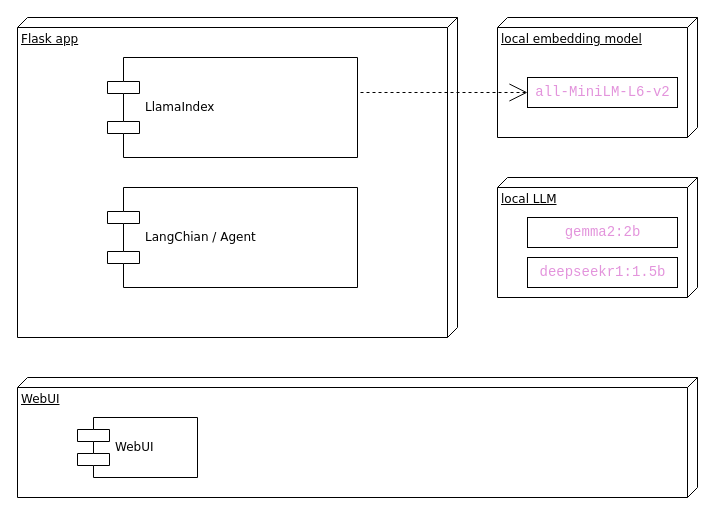
Above: 未命名绘图.drawio in TianZonglin/drawioo (draw.io), before the change. Source tidied: cells renumbered, new cells numbered last; positions are measured from the earlier drawing's top-left corner, leaving out a move shared by most shapes. Both pictures are drawn from the tidied source at 100%, with x=0, y=0 at pixel (17, 17).
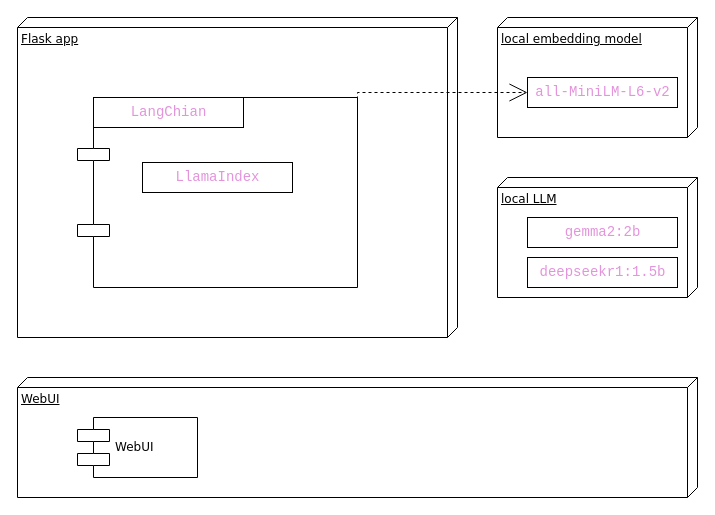
The same page after the edit.

Commit message (it also covers changes not shown here):
更新未命名绘图.drawio

Diff of the diagram source:
```diff
@@
 <mxGraphModel>
   <root>
     <mxCell id="0" />
     <mxCell id="1" parent="0" />
     <mxCell id="2" value="WebUI" style="verticalAlign=top;align=left;spacingTop=8;spacingLeft=2;spacingRight=12;shape=cube;size=10;direction=south;fontStyle=4;html=1;rounded=0;shadow=0;comic=0;labelBackgroundColor=none;strokeWidth=1;fontFamily=Verdana;fontSize=12;" parent="1" vertex="1">
       <mxGeometry y="360" width="680" height="120" as="geometry" />
     </mxCell>
     <mxCell id="3" value="Flask app" style="verticalAlign=top;align=left;spacingTop=8;spacingLeft=2;spacingRight=12;shape=cube;size=10;direction=south;fontStyle=4;html=1;rounded=0;shadow=0;comic=0;labelBackgroundColor=none;strokeWidth=1;fontFamily=Verdana;fontSize=12;" parent="1" vertex="1">
       <mxGeometry width="440" height="320" as="geometry" />
     </mxCell>
     <mxCell id="4" value="local LLM" style="verticalAlign=top;align=left;spacingTop=8;spacingLeft=2;spacingRight=12;shape=cube;size=10;direction=south;fontStyle=4;html=1;rounded=0;shadow=0;comic=0;labelBackgroundColor=none;strokeWidth=1;fontFamily=Verdana;fontSize=12;" parent="1" vertex="1">
       <mxGeometry x="480" y="160" width="200" height="120" as="geometry" />
     </mxCell>
-    <mxCell id="5" value="LlamaIndex" style="shape=component;align=left;spacingLeft=36;rounded=0;shadow=0;comic=0;labelBackgroundColor=none;strokeWidth=1;fontFamily=Verdana;fontSize=12;html=1;" parent="1" vertex="1">
-      <mxGeometry x="90" y="40" width="250" height="100" as="geometry" />
-    </mxCell>
     <mxCell id="6" value="WebUI" style="shape=component;align=left;spacingLeft=36;rounded=0;shadow=0;comic=0;labelBackgroundColor=none;strokeWidth=1;fontFamily=Verdana;fontSize=12;html=1;" parent="1" vertex="1">
       <mxGeometry x="60" y="400" width="120" height="60" as="geometry" />
     </mxCell>
     <mxCell id="7" value="local embedding model" style="verticalAlign=top;align=left;spacingTop=8;spacingLeft=2;spacingRight=12;shape=cube;size=10;direction=south;fontStyle=4;html=1;rounded=0;shadow=0;comic=0;labelBackgroundColor=none;strokeWidth=1;fontFamily=Verdana;fontSize=12;" parent="1" vertex="1">
       <mxGeometry x="480" width="200" height="120" as="geometry" />
     </mxCell>
     <mxCell id="8" value="&lt;div style=&quot;color: rgb(214, 214, 221); font-family: Consolas, &amp;quot;Courier New&amp;quot;, monospace; font-size: 14px; line-height: 19px; white-space-collapse: preserve;&quot;&gt;&lt;span style=&quot;color: rgb(227, 148, 220);&quot;&gt;all-MiniLM-L6-v2&lt;/span&gt;&lt;/div&gt;" style="html=1;rounded=0;shadow=0;comic=0;labelBackgroundColor=none;strokeWidth=1;fontFamily=Verdana;fontSize=12;align=center;" parent="1" vertex="1">
       <mxGeometry x="510" y="60" width="150" height="30" as="geometry" />
     </mxCell>
-    <mxCell id="9" style="edgeStyle=orthogonalEdgeStyle;rounded=0;html=1;labelBackgroundColor=none;startArrow=none;startFill=0;startSize=8;endArrow=open;endFill=0;endSize=16;fontFamily=Verdana;fontSize=12;dashed=1;exitX=1;exitY=0.5;exitDx=0;exitDy=0;" parent="1" edge="1" source="5" target="8">
+    <mxCell id="9" style="edgeStyle=orthogonalEdgeStyle;rounded=0;html=1;labelBackgroundColor=none;startArrow=none;startFill=0;startSize=8;endArrow=open;endFill=0;endSize=16;fontFamily=Verdana;fontSize=12;dashed=1;exitX=1;exitY=0.5;exitDx=0;exitDy=0;" parent="1" edge="1" target="8">
       <mxGeometry relative="1" as="geometry">
+        <mxPoint x="340" y="190" as="sourcePoint" />
         <Array as="points">
           <mxPoint x="340" y="75" />
         </Array>
       </mxGeometry>
     </mxCell>
     <mxCell id="10" value="&lt;div style=&quot;color: rgb(214, 214, 221); font-family: Consolas, &amp;quot;Courier New&amp;quot;, monospace; font-size: 14px; line-height: 19px; white-space-collapse: preserve;&quot;&gt;&lt;span style=&quot;color: rgb(227, 148, 220);&quot;&gt;gemma2:2b&lt;/span&gt;&lt;/div&gt;" style="html=1;rounded=0;shadow=0;comic=0;labelBackgroundColor=none;strokeWidth=1;fontFamily=Verdana;fontSize=12;align=center;" parent="1" vertex="1">
       <mxGeometry x="510" y="200" width="150" height="30" as="geometry" />
     </mxCell>
     <mxCell id="11" value="&lt;div style=&quot;color: rgb(214, 214, 221); font-family: Consolas, &amp;quot;Courier New&amp;quot;, monospace; font-size: 14px; line-height: 19px; white-space-collapse: preserve;&quot;&gt;&lt;span style=&quot;color: rgb(227, 148, 220);&quot;&gt;deepseekr1:1.5b&lt;/span&gt;&lt;/div&gt;" style="html=1;rounded=0;shadow=0;comic=0;labelBackgroundColor=none;strokeWidth=1;fontFamily=Verdana;fontSize=12;align=center;" parent="1" vertex="1">
       <mxGeometry x="510" y="240" width="150" height="30" as="geometry" />
     </mxCell>
-    <mxCell id="12" value="LangChian / Agent" style="shape=component;align=left;spacingLeft=36;rounded=0;shadow=0;comic=0;labelBackgroundColor=none;strokeWidth=1;fontFamily=Verdana;fontSize=12;html=1;" parent="1" vertex="1">
-      <mxGeometry x="90" y="170" width="250" height="100" as="geometry" />
+    <mxCell id="12" style="shape=component;align=left;spacingLeft=36;rounded=0;shadow=0;comic=0;labelBackgroundColor=none;strokeWidth=1;fontFamily=Verdana;fontSize=12;html=1;" parent="1" vertex="1">
+      <mxGeometry x="60" y="80" width="280" height="190" as="geometry" />
     </mxCell>
+    <mxCell id="13" value="&lt;div style=&quot;color: rgb(214, 214, 221); font-family: Consolas, &amp;quot;Courier New&amp;quot;, monospace; font-size: 14px; line-height: 19px; white-space-collapse: preserve;&quot;&gt;&lt;span style=&quot;color: rgb(227, 148, 220);&quot;&gt;LangChian&lt;/span&gt;&lt;/div&gt;" style="html=1;rounded=0;shadow=0;comic=0;labelBackgroundColor=none;strokeWidth=1;fontFamily=Verdana;fontSize=12;align=center;" parent="1" vertex="1">
+      <mxGeometry x="76" y="80" width="150" height="30" as="geometry" />
+    </mxCell>
+    <mxCell id="5" value="&lt;div style=&quot;color: rgb(214, 214, 221); font-family: Consolas, &amp;quot;Courier New&amp;quot;, monospace; font-size: 14px; line-height: 19px; white-space-collapse: preserve;&quot;&gt;&lt;span style=&quot;color: rgb(227, 148, 220);&quot;&gt;LlamaIndex&lt;/span&gt;&lt;/div&gt;" style="html=1;rounded=0;shadow=0;comic=0;labelBackgroundColor=none;strokeWidth=1;fontFamily=Verdana;fontSize=12;align=center;" parent="1" vertex="1">
+      <mxGeometry x="125" y="145" width="150" height="30" as="geometry" />
+    </mxCell>
   </root>
 </mxGraphModel>
```
